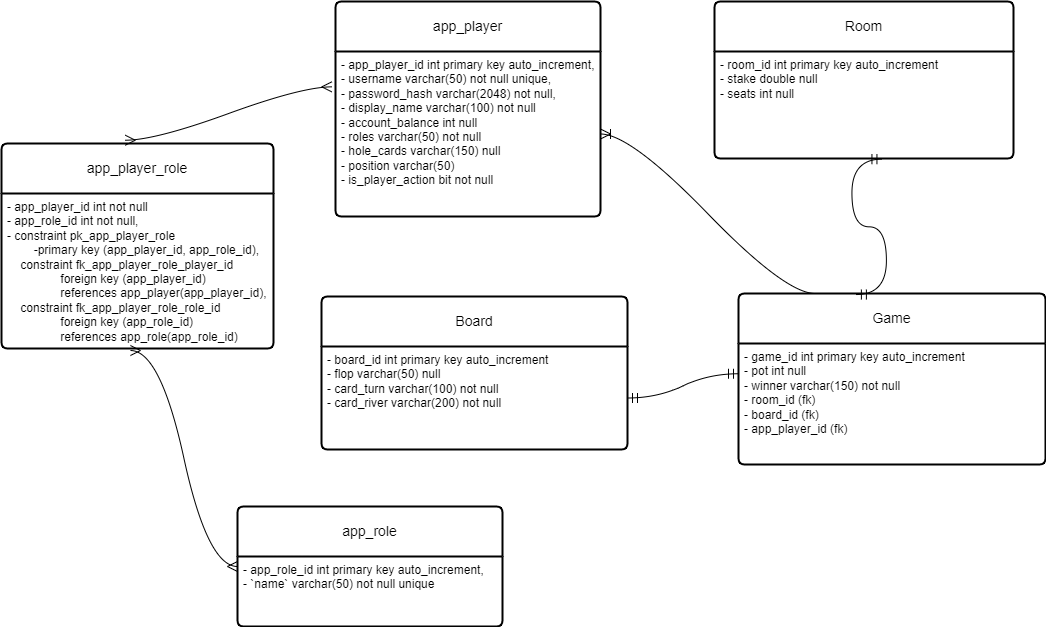
Earlier version of the draw.io export 8-bit-poker.drawio.png (tcarey-dev/8-Bit-Poker-Backend). Source tidied: cells renumbered, new cells last; positions are measured from the earlier drawing's top-left corner, leaving out a move shared by most shapes.
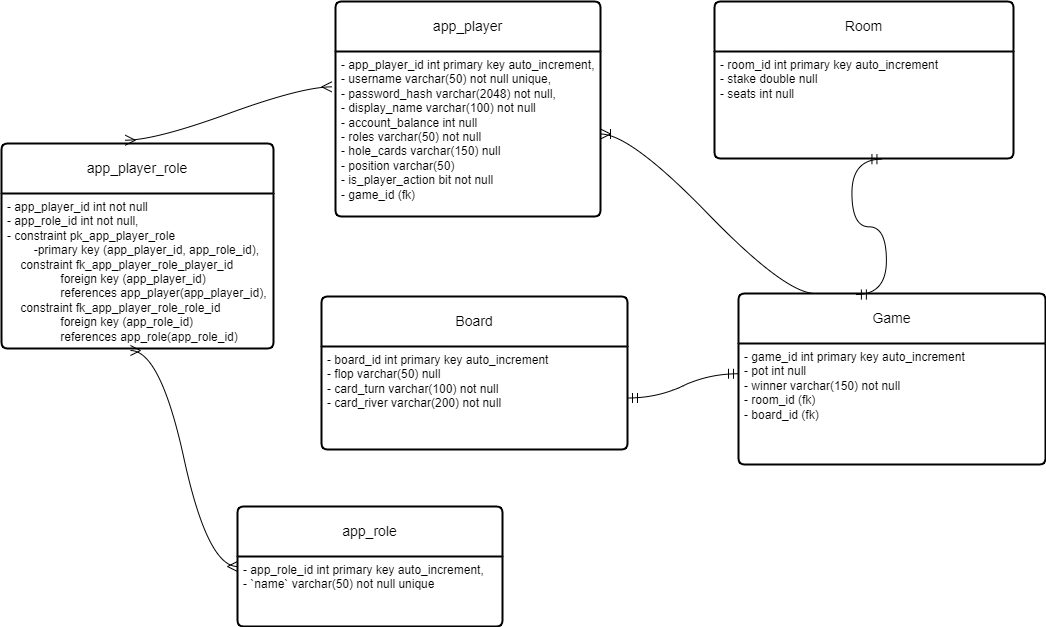
Later version of the same file.

Commit message:
updated schema diagram

The edit, as a diff of the source:
```diff
@@ -5,7 +5,7 @@
     <mxCell id="2" value="app_player" style="swimlane;horizontal=1;startSize=50;rounded=1;fontSize=14;fontStyle=0;strokeWidth=2;shadow=0;dashed=0;align=center;arcSize=4;whiteSpace=wrap;html=1;" parent="1" vertex="1">
       <mxGeometry x="334" width="265" height="215" as="geometry" />
     </mxCell>
-    <mxCell id="3" value="- app_player_id int primary key auto_increment,&lt;br&gt;- username varchar(50) not null unique,&lt;br&gt;- password_hash varchar(2048) not null,&lt;br&gt;- display_name varchar(100) not null&lt;br style=&quot;border-color: var(--border-color);&quot;&gt;- account_balance int null&lt;br style=&quot;border-color: var(--border-color);&quot;&gt;- roles varchar(50) not null&lt;br style=&quot;border-color: var(--border-color);&quot;&gt;- hole_cards varchar(150) null&lt;br style=&quot;border-color: var(--border-color);&quot;&gt;- position varchar(50)&lt;br style=&quot;border-color: var(--border-color);&quot;&gt;- is_player_action bit not null" style="align=left;strokeColor=none;fillColor=none;spacingLeft=4;fontSize=12;verticalAlign=top;html=1;" parent="2" vertex="1">
+    <mxCell id="3" value="- app_player_id int primary key auto_increment,&lt;br&gt;- username varchar(50) not null unique,&lt;br&gt;- password_hash varchar(2048) not null,&lt;br&gt;- display_name varchar(100) not null&lt;br style=&quot;border-color: var(--border-color);&quot;&gt;- account_balance int null&lt;br style=&quot;border-color: var(--border-color);&quot;&gt;- roles varchar(50) not null&lt;br style=&quot;border-color: var(--border-color);&quot;&gt;- hole_cards varchar(150) null&lt;br style=&quot;border-color: var(--border-color);&quot;&gt;- position varchar(50)&lt;br style=&quot;border-color: var(--border-color);&quot;&gt;- is_player_action bit not null&lt;br&gt;- game_id (fk)" style="align=left;strokeColor=none;fillColor=none;spacingLeft=4;fontSize=12;verticalAlign=top;html=1;" parent="2" vertex="1">
       <mxGeometry y="50" width="265" height="165" as="geometry" />
     </mxCell>
     <mxCell id="4" value="app_role" style="swimlane;horizontal=1;startSize=50;rounded=1;fontSize=14;fontStyle=0;strokeWidth=2;shadow=0;dashed=0;align=center;arcSize=4;whiteSpace=wrap;html=1;" parent="1" vertex="1">
@@ -29,7 +29,7 @@
     <mxCell id="10" value="Game" style="swimlane;horizontal=1;startSize=50;rounded=1;fontSize=14;fontStyle=0;strokeWidth=2;shadow=0;dashed=0;align=center;arcSize=4;whiteSpace=wrap;html=1;" parent="1" vertex="1">
       <mxGeometry x="737" y="292" width="307" height="171" as="geometry" />
     </mxCell>
-    <mxCell id="11" value="- game_id int primary key auto_increment&lt;br&gt;- pot int null&lt;br&gt;- winner varchar(150) not null&lt;br&gt;- room_id (fk)&lt;br&gt;- board_id (fk)&lt;br&gt;- app_player_id (fk)" style="align=left;strokeColor=none;fillColor=none;spacingLeft=4;fontSize=12;verticalAlign=top;html=1;" parent="10" vertex="1">
+    <mxCell id="11" value="- game_id int primary key auto_increment&lt;br&gt;- pot int null&lt;br&gt;- winner varchar(150) not null&lt;br&gt;- room_id (fk)&lt;br&gt;- board_id (fk)&lt;br&gt;" style="align=left;strokeColor=none;fillColor=none;spacingLeft=4;fontSize=12;verticalAlign=top;html=1;" parent="10" vertex="1">
       <mxGeometry y="50" width="307" height="121" as="geometry" />
     </mxCell>
     <mxCell id="12" value="Board" style="swimlane;horizontal=1;startSize=50;rounded=1;fontSize=14;fontStyle=0;strokeWidth=2;shadow=0;dashed=0;align=center;arcSize=4;whiteSpace=wrap;html=1;" parent="1" vertex="1">
```
